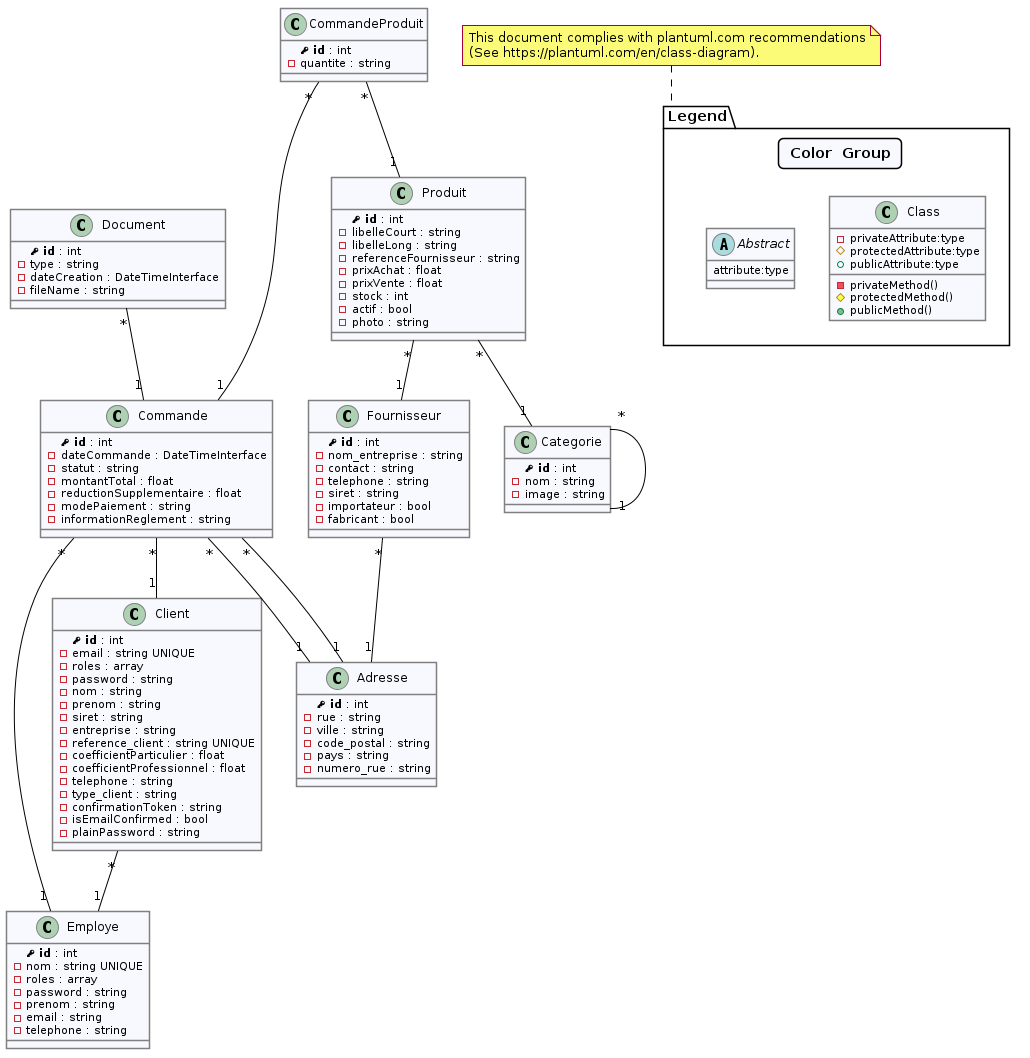
Earlier version of the PlantUML export classes.png (clemence95/villagegreen). Its source is kept beside it as classes.puml.
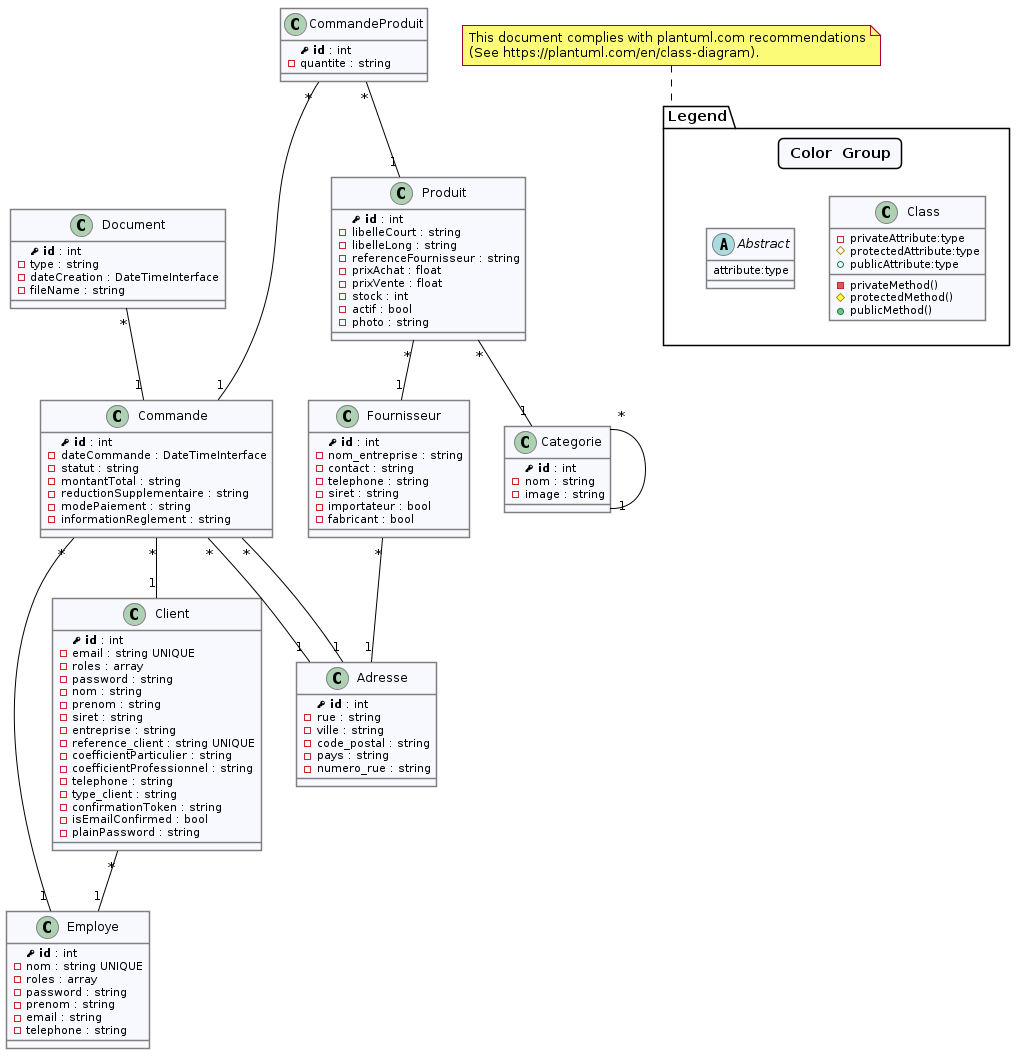
After the change.

Diff of the diagram source:
```diff
@@ -73,8 +73,8 @@
   -siret : string
   -entreprise : string
   -reference_client : string UNIQUE
-  -coefficientParticulier : float
-  -coefficientProfessionnel : float
+  -coefficientParticulier : string
+  -coefficientProfessionnel : string
   -telephone : string
   -type_client : string
   -confirmationToken : string
@@ -98,8 +98,8 @@
   primary_key( id ) : int
   -dateCommande : DateTimeInterface
   -statut : string
-  -montantTotal : float
-  -reductionSupplementaire : float
+  -montantTotal : string
+  -reductionSupplementaire : string
   -modePaiement : string
   -informationReglement : string
 }
```
